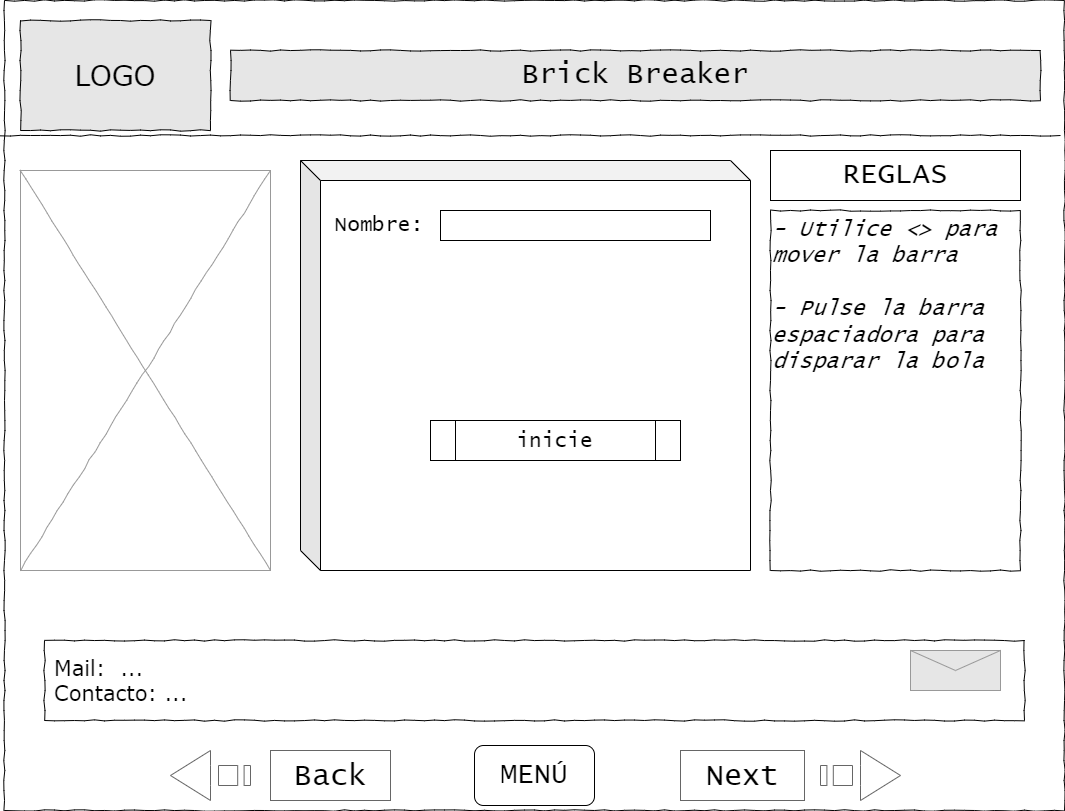
UCC-LabCompu2-Historico/proyecto2022-blason_kostrun keeps this draw.io diagram as Wireframes/Page_1.png. Above is the earlier version. Source tidied: cells renumbered, new cells last; positions are measured from the earlier drawing's top-left corner, leaving out a move shared by most shapes.
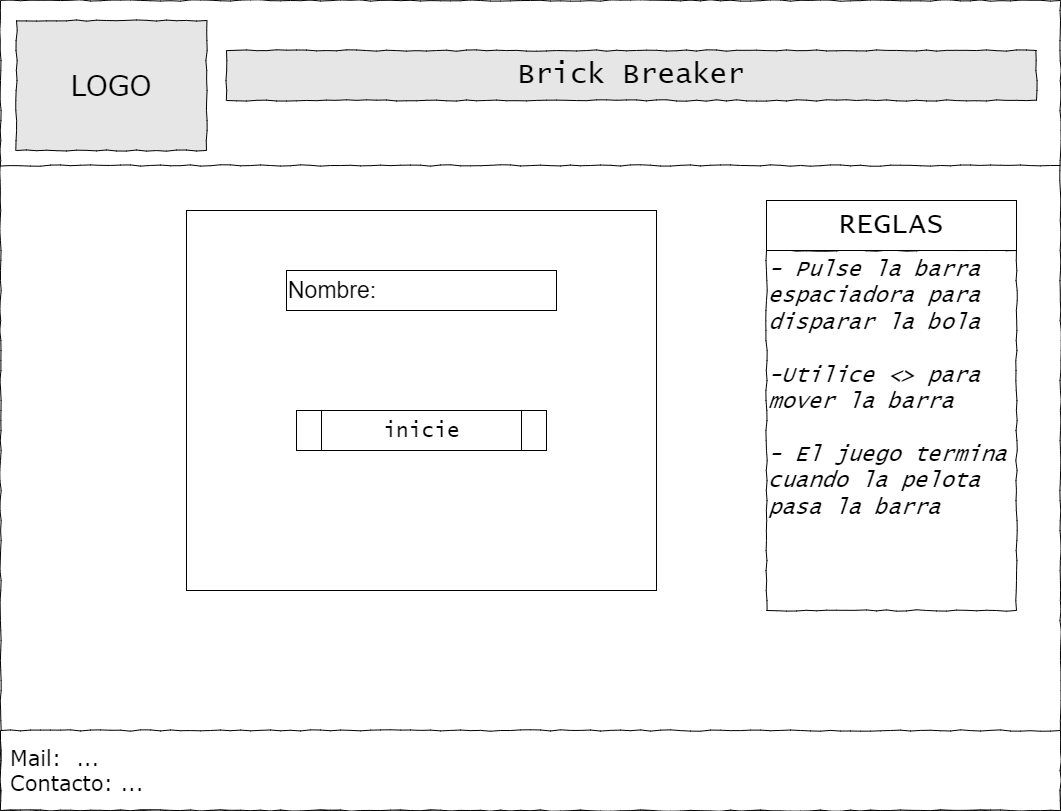
After the commit.

Change to the diagram source:
```diff
@@ -6,52 +6,34 @@
       <mxGeometry x="4" width="1060" height="810" as="geometry" />
     </mxCell>
     <mxCell id="3" value="LOGO" style="whiteSpace=wrap;html=1;rounded=0;shadow=0;labelBackgroundColor=none;strokeWidth=1;fontFamily=Verdana;fontSize=28;align=center;comic=1;fillColor=#E6E6E6;" parent="1" vertex="1">
-      <mxGeometry x="20" y="20" width="190" height="110" as="geometry" />
+      <mxGeometry x="20" y="20" width="190" height="130" as="geometry" />
     </mxCell>
     <mxCell id="4" style="line;strokeWidth=1;html=1;rounded=0;shadow=0;labelBackgroundColor=none;fillColor=none;fontFamily=Verdana;fontSize=14;fontColor=#000000;align=center;comic=1;" parent="1" vertex="1">
-      <mxGeometry y="130" width="1060" height="10" as="geometry" />
+      <mxGeometry x="4" y="160" width="1060" height="10" as="geometry" />
     </mxCell>
     <mxCell id="5" value="&lt;font style=&quot;font-size: 29px&quot; face=&quot;Lucida Console&quot;&gt;Brick Breaker&lt;/font&gt;" style="whiteSpace=wrap;html=1;rounded=0;shadow=0;labelBackgroundColor=none;strokeWidth=1;fillColor=#E6E6E6;fontFamily=Verdana;fontSize=12;align=center;comic=1;" parent="1" vertex="1">
       <mxGeometry x="230" y="50" width="810" height="50" as="geometry" />
     </mxCell>
     <mxCell id="6" value="&lt;div style=&quot;font-size: 21px;&quot;&gt;Mail:&amp;nbsp; ...&lt;/div&gt;&lt;div style=&quot;font-size: 21px;&quot;&gt;Contacto: ...&lt;/div&gt;" style="whiteSpace=wrap;html=1;rounded=0;shadow=0;labelBackgroundColor=none;strokeWidth=1;fillColor=default;fontFamily=Verdana;fontSize=21;align=left;verticalAlign=top;spacing=10;comic=1;" parent="1" vertex="1">
-      <mxGeometry x="44" y="640" width="980" height="80" as="geometry" />
+      <mxGeometry x="4" y="730" width="1060" height="80" as="geometry" />
     </mxCell>
-    <mxCell id="7" style="verticalLabelPosition=bottom;shadow=0;dashed=0;align=center;html=1;verticalAlign=top;strokeWidth=1;shape=mxgraph.mockup.graphics.simpleIcon;strokeColor=#999999;rounded=0;labelBackgroundColor=none;fontFamily=Verdana;fontSize=14;fontColor=#000000;comic=1;" parent="1" vertex="1">
-      <mxGeometry x="20" y="170" width="250" height="400" as="geometry" />
-    </mxCell>
-    <mxCell id="8" value="- Utilice &amp;lt;&amp;gt; para mover la barra&lt;br&gt;&lt;br&gt;&lt;div&gt;&lt;span&gt;- Pulse la barra espaciadora para disparar la bola&lt;/span&gt;&lt;/div&gt;&lt;div&gt;&lt;span&gt;&lt;br&gt;&lt;/span&gt;&lt;/div&gt;&lt;div&gt;&lt;br&gt;&lt;/div&gt;&lt;div&gt;&lt;span&gt;&lt;br&gt;&lt;/span&gt;&lt;/div&gt;&lt;div&gt;&lt;br&gt;&lt;/div&gt;&lt;div&gt;&lt;span&gt;&lt;br&gt;&lt;/span&gt;&lt;/div&gt;&lt;div&gt;&lt;br&gt;&lt;/div&gt;" style="whiteSpace=wrap;html=1;rounded=0;shadow=0;labelBackgroundColor=none;strokeWidth=1;fillColor=default;fontFamily=Lucida Console;fontSize=22;align=left;comic=1;fontStyle=2;verticalAlign=top;" parent="1" vertex="1">
-      <mxGeometry x="770" y="210" width="250" height="360" as="geometry" />
+    <mxCell id="8" value="- Pulse la barra espaciadora para disparar la bola&lt;br&gt;&lt;br&gt;-Utilice &amp;lt;&amp;gt; para mover la barra&lt;br&gt;&lt;div&gt;&lt;span&gt;&lt;br&gt;&lt;/span&gt;&lt;/div&gt;&lt;div&gt;- El juego termina cuando la pelota pasa la barra&lt;/div&gt;&lt;div&gt;&lt;span&gt;&lt;br&gt;&lt;/span&gt;&lt;/div&gt;&lt;div&gt;&lt;br&gt;&lt;/div&gt;&lt;div&gt;&lt;span&gt;&lt;br&gt;&lt;/span&gt;&lt;/div&gt;&lt;div&gt;&lt;br&gt;&lt;/div&gt;" style="whiteSpace=wrap;html=1;rounded=0;shadow=0;labelBackgroundColor=none;strokeWidth=1;fillColor=default;fontFamily=Lucida Console;fontSize=22;align=left;comic=1;fontStyle=2;verticalAlign=top;" parent="1" vertex="1">
+      <mxGeometry x="770" y="250" width="250" height="360" as="geometry" />
     </mxCell>
     <mxCell id="9" value="REGLAS" style="rounded=0;whiteSpace=wrap;html=1;fontFamily=Lucida Console;fontSize=29;fillColor=default;" parent="1" vertex="1">
-      <mxGeometry x="770" y="150" width="250" height="50" as="geometry" />
+      <mxGeometry x="770" y="200" width="250" height="50" as="geometry" />
     </mxCell>
-    <mxCell id="10" style="html=1;shadow=0;dashed=0;align=center;verticalAlign=middle;shape=mxgraph.arrows2.stripedArrow;dy=0.6;dx=40;notch=40;labelBackgroundColor=default;fontFamily=Lucida Console;fontSize=23;fontColor=#B3B3B3;strokeColor=#666666;direction=west;" parent="1" vertex="1">
-      <mxGeometry x="170" y="750" width="80" height="50" as="geometry" />
-    </mxCell>
-    <mxCell id="11" value="Back" style="rounded=0;shadow=0;labelBackgroundColor=none;labelBorderColor=none;fontFamily=Lucida Console;fontSize=30;fontColor=#000000;strokeColor=#666666;html=1;whiteSpace=wrap;" parent="1" vertex="1">
-      <mxGeometry x="270" y="750" width="120" height="50" as="geometry" />
-    </mxCell>
-    <mxCell id="12" style="html=1;shadow=0;dashed=0;align=center;verticalAlign=middle;shape=mxgraph.arrows2.stripedArrow;dy=0.6;dx=40;notch=40;labelBackgroundColor=default;fontFamily=Lucida Console;fontSize=23;fontColor=#B3B3B3;strokeColor=#666666;direction=east;" parent="1" vertex="1">
-      <mxGeometry x="820" y="750" width="80" height="50" as="geometry" />
-    </mxCell>
-    <mxCell id="13" value="Next" style="rounded=0;shadow=0;labelBackgroundColor=none;labelBorderColor=none;fontFamily=Lucida Console;fontSize=30;fontColor=#000000;strokeColor=#666666;html=1;whiteSpace=wrap;" parent="1" vertex="1">
-      <mxGeometry x="680" y="750" width="124" height="50" as="geometry" />
-    </mxCell>
+    <mxCell id="19" style="rounded=0;whiteSpace=wrap;html=1;fillColor=#FFFFFF;align=left;verticalAlign=top;fontSize=25;" parent="1" vertex="1">
+      <mxGeometry x="190" y="210" width="470" height="380" as="geometry" />
+    </mxCell>
+    <mxCell id="15" value="inicie" style="shape=process;whiteSpace=wrap;html=1;backgroundOutline=1;fontFamily=Lucida Console;fontSize=21;fillColor=default;" parent="1" vertex="1">
+      <mxGeometry x="300" y="410" width="250" height="40" as="geometry" />
+    </mxCell>
-    <mxCell id="14" value="&lt;br&gt;&amp;nbsp;Nombre:" style="shape=cube;whiteSpace=wrap;html=1;boundedLbl=1;backgroundOutline=1;darkOpacity=0.05;darkOpacity2=0.1;fontFamily=Lucida Console;fontSize=21;fillColor=default;align=left;verticalAlign=top;" parent="1" vertex="1">
-      <mxGeometry x="300" y="160" width="450" height="410" as="geometry" />
+    <mxCell id="14" value="Nombre:" style="rounded=0;whiteSpace=wrap;html=1;fontSize=23;align=left;" parent="1" vertex="1">
+      <mxGeometry x="290" y="270" width="270" height="40" as="geometry" />
     </mxCell>
-    <mxCell id="15" value="inicie" style="shape=process;whiteSpace=wrap;html=1;backgroundOutline=1;fontFamily=Lucida Console;fontSize=21;fillColor=default;" parent="1" vertex="1">
-      <mxGeometry x="430" y="420" width="250" height="40" as="geometry" />
-    </mxCell>
-    <mxCell id="16" style="rounded=0;whiteSpace=wrap;html=1;fontFamily=Lucida Console;fontSize=21;fillColor=default;" parent="1" vertex="1">
-      <mxGeometry x="440" y="210" width="270" height="30" as="geometry" />
-    </mxCell>
-    <mxCell id="17" value="MENÚ" style="rounded=1;whiteSpace=wrap;html=1;fontFamily=Lucida Console;fontSize=28;fillColor=default;" parent="1" vertex="1">
-      <mxGeometry x="474" y="745" width="120" height="60" as="geometry" />
-    </mxCell>
-    <mxCell id="18" style="verticalLabelPosition=bottom;shadow=0;dashed=0;align=center;html=1;verticalAlign=top;strokeWidth=1;shape=mxgraph.mockup.misc.mail2;strokeColor=#999999;rounded=0;sketch=0;fontColor=#143642;fillColor=#E6E6E6;" parent="1" vertex="1">
-      <mxGeometry x="910" y="650" width="90" height="40" as="geometry" />
-    </mxCell>
+    <mxCell id="20" style="edgeStyle=orthogonalEdgeStyle;rounded=0;orthogonalLoop=1;jettySize=auto;html=1;exitX=0.5;exitY=1;exitDx=0;exitDy=0;fontSize=25;" parent="1" edge="1" source="15" target="15">
+      <mxGeometry relative="1" as="geometry" />
+    </mxCell>
   </root>
 </mxGraphModel>
```
